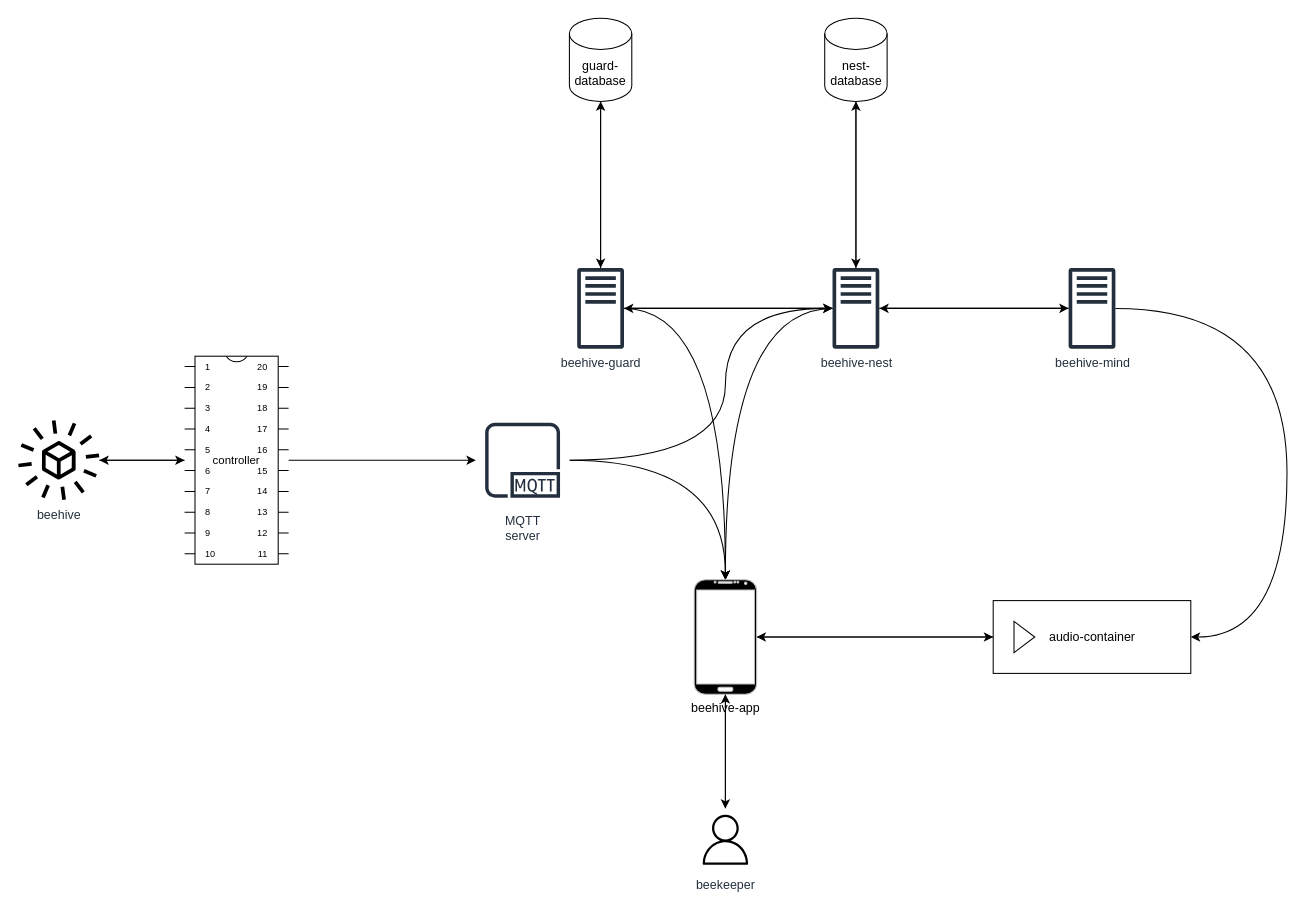
This is docs/architecture_diagram.drawio from carlos-montano-hub/bumblebee, a draw.io file, before an edit. Source tidied: cells renumbered, new cells numbered last; positions are measured from the earlier drawing's top-left corner, leaving out a move shared by most shapes. Both pictures are drawn from the tidied source at 104%, with x=0, y=0 at pixel (18, 18).
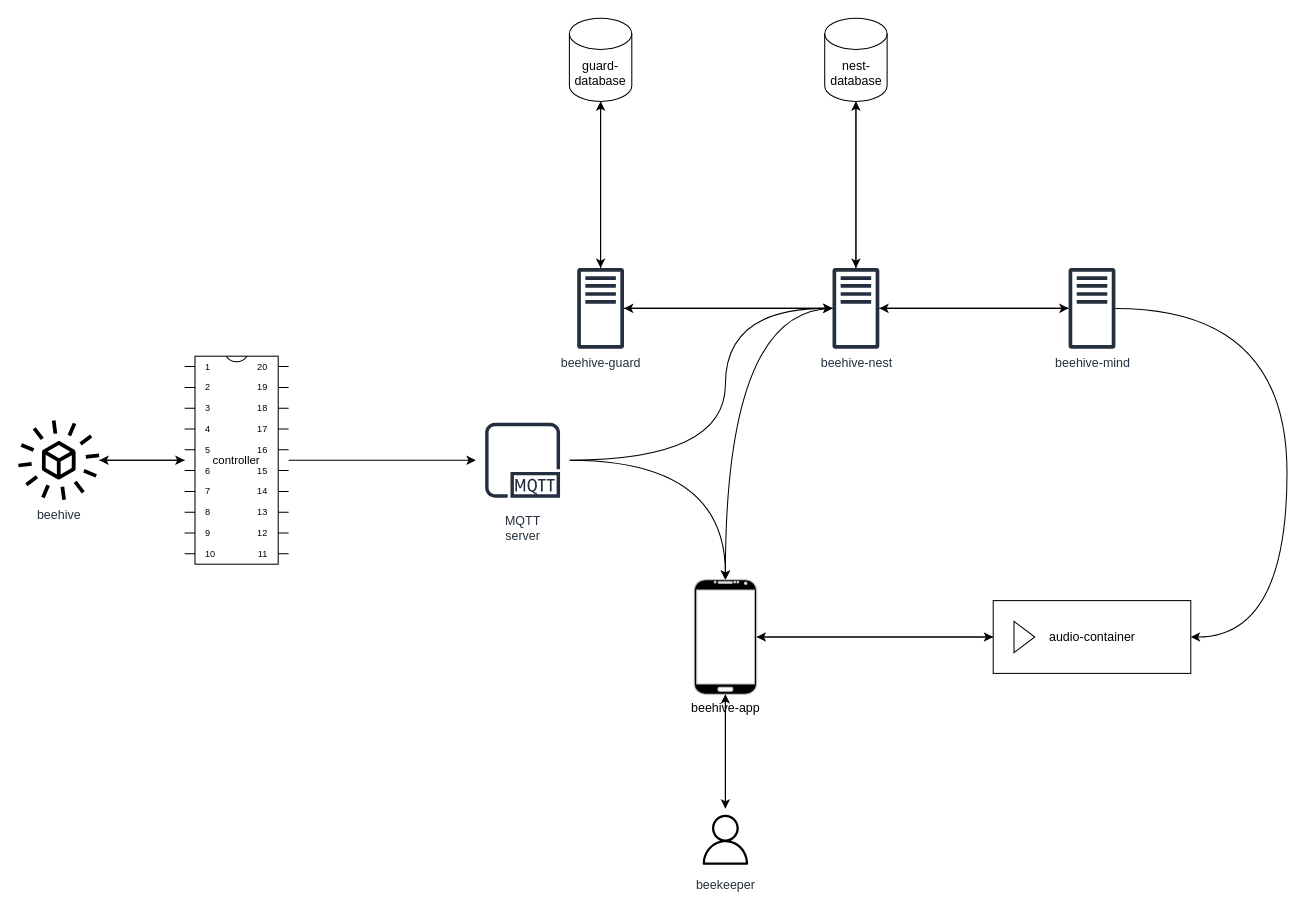
The same diagram, later.

Commit message:
updated architecture diagram

The change refers to these unchanged cells:
```xml
<mxCell id="10" value="beehive-guard" style="sketch=0;outlineConnect=0;fontColor=#232F3E;gradientColor=none;fillColor=#232F3D;strokeColor=none;dashed=0;verticalLabelPosition=bottom;verticalAlign=top;align=center;html=1;fontSize=12;fontStyle=0;shape=mxgraph.aws4.traditional_server;" parent="1" vertex="1">
  <mxGeometry x="537.5" y="240" width="45" height="78" as="geometry" />
</mxCell>
<mxCell id="29" value="beehive-app" style="verticalLabelPosition=bottom;verticalAlign=top;html=1;shadow=0;dashed=0;strokeWidth=1;shape=mxgraph.android.phone2;strokeColor=#c0c0c0;fillColor=#00000;gradientColor=none;" parent="1" vertex="1">
  <mxGeometry x="650" y="540" width="60" height="110" as="geometry" />
</mxCell>
```

What changed in the source:
```diff
@@
-    <mxCell id="9" style="edgeStyle=orthogonalEdgeStyle;curved=1;html=1;" parent="1" edge="1" source="10" target="29">
-      <mxGeometry relative="1" as="geometry" />
-    </mxCell>
```
